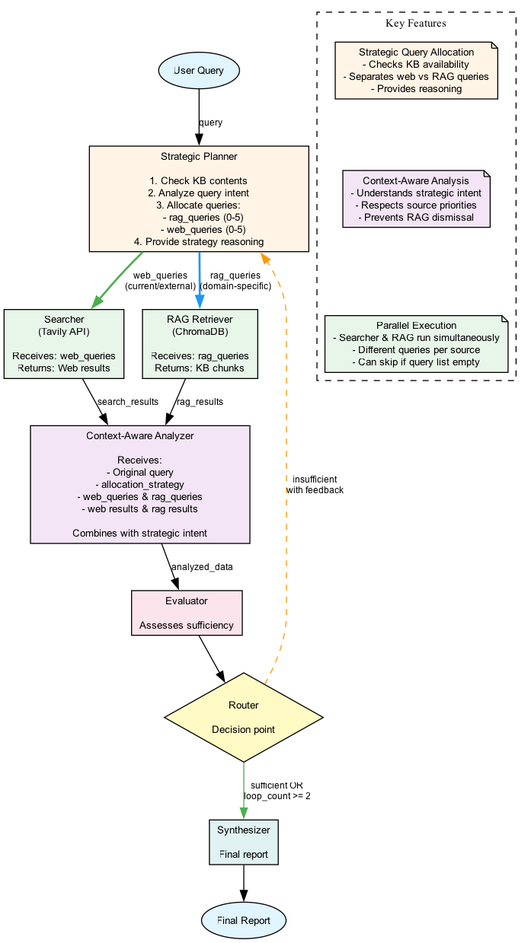
The Graphviz diagram docs/agent_graph.png in yuzuponikemi/test-smith, before a commit. Its source is kept beside it as docs/agent_graph.dot. Its diagram source:
```dot
digraph agent_graph {
    rankdir=TB;
    node [shape=box, style=rounded, fontname="Arial", fontsize=10];
    edge [fontname="Arial", fontsize=9];

    user [label="User Query", shape=ellipse, fillcolor="#e1f5ff", style=filled];
    planner [label="Strategic Planner\n\n1. Check KB contents\n2. Analyze query intent\n3. Allocate queries:\n   - rag_queries (0-5)\n   - web_queries (0-5)\n4. Provide strategy reasoning", fillcolor="#fff4e6", style=filled, width=3];
    searcher [label="Searcher\n(Tavily API)\n\nReceives: web_queries\nReturns: Web results", fillcolor="#e8f5e9", style=filled];
    rag [label="RAG Retriever\n(ChromaDB)\n\nReceives: rag_queries\nReturns: KB chunks", fillcolor="#e8f5e9", style=filled];
    analyzer [label="Context-Aware Analyzer\n\nReceives:\n- Original query\n- allocation_strategy\n- web_queries & rag_queries\n- web results & rag results\n\nCombines with strategic intent", fillcolor="#f3e5f5", style=filled, width=3];
    evaluator [label="Evaluator\n\nAssesses sufficiency", fillcolor="#fce4ec", style=filled];
    router [label="Router\n\nDecision point", shape=diamond, fillcolor="#fff9c4", style=filled];
    synthesizer [label="Synthesizer\n\nFinal report", fillcolor="#e0f2f1", style=filled];
    output [label="Final Report", shape=ellipse, fillcolor="#e1f5ff", style=filled];

    user -> planner [label="query"];

    planner -> searcher [label="web_queries\n(current/external)", color="#4CAF50", penwidth=2];
    planner -> rag [label="rag_queries\n(domain-specific)", color="#2196F3", penwidth=2];

    searcher -> analyzer [label="search_results"];
    rag -> analyzer [label="rag_results"];

    analyzer -> evaluator [label="analyzed_data"];
    evaluator -> router;

    router -> synthesizer [label="sufficient OR\nloop_count >= 2", color="#4CAF50"];
    router -> planner [label="insufficient\nwith feedback", color="#FF9800", style=dashed];

    synthesizer -> output;

    subgraph cluster_legend {
        label="Key Features";
        fontsize=11;
        style=dashed;

        leg1 [label="Strategic Query Allocation\n- Checks KB availability\n- Separates web vs RAG queries\n- Provides reasoning", shape=note, fillcolor="#fff4e6", style=filled];
        leg2 [label="Context-Aware Analysis\n- Understands strategic intent\n- Respects source priorities\n- Prevents RAG dismissal", shape=note, fillcolor="#f3e5f5", style=filled];
        leg3 [label="Parallel Execution\n- Searcher & RAG run simultaneously\n- Different queries per source\n- Can skip if query list empty", shape=note, fillcolor="#e8f5e9", style=filled];

        leg1 -> leg2 -> leg3 [style=invis];
    }

    {rank=same; searcher; rag}
}
```
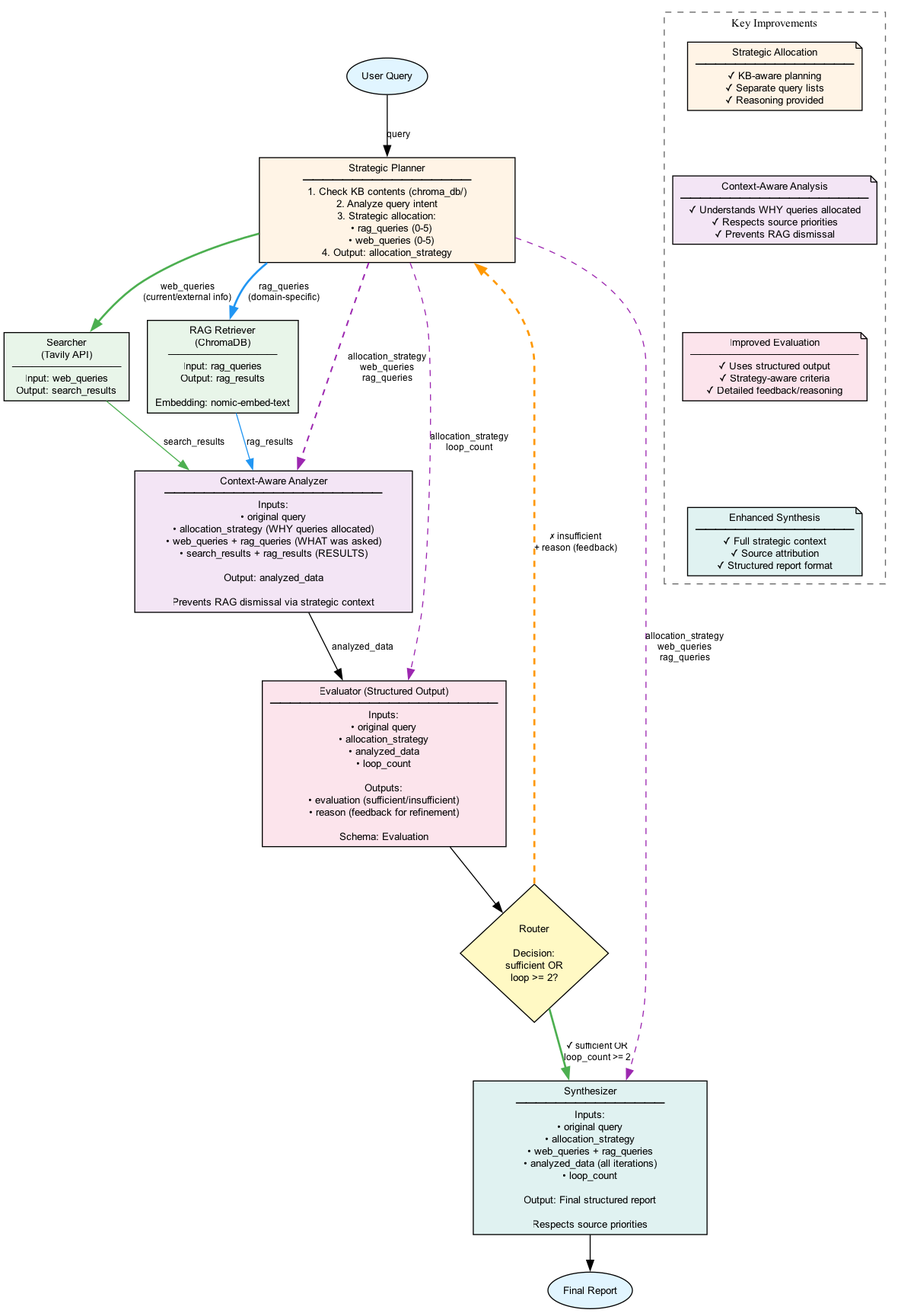
Above is the later version.

Commit message:
Enhance agent graph documentation with improved node descriptions and context-aware analysis flow

Diff of the diagram source:
```diff
@@ -4,41 +4,59 @@
     edge [fontname="Arial", fontsize=9];
 
     user [label="User Query", shape=ellipse, fillcolor="#e1f5ff", style=filled];
-    planner [label="Strategic Planner\n\n1. Check KB contents\n2. Analyze query intent\n3. Allocate queries:\n   - rag_queries (0-5)\n   - web_queries (0-5)\n4. Provide strategy reasoning", fillcolor="#fff4e6", style=filled, width=3];
-    searcher [label="Searcher\n(Tavily API)\n\nReceives: web_queries\nReturns: Web results", fillcolor="#e8f5e9", style=filled];
-    rag [label="RAG Retriever\n(ChromaDB)\n\nReceives: rag_queries\nReturns: KB chunks", fillcolor="#e8f5e9", style=filled];
-    analyzer [label="Context-Aware Analyzer\n\nReceives:\n- Original query\n- allocation_strategy\n- web_queries & rag_queries\n- web results & rag results\n\nCombines with strategic intent", fillcolor="#f3e5f5", style=filled, width=3];
-    evaluator [label="Evaluator\n\nAssesses sufficiency", fillcolor="#fce4ec", style=filled];
-    router [label="Router\n\nDecision point", shape=diamond, fillcolor="#fff9c4", style=filled];
-    synthesizer [label="Synthesizer\n\nFinal report", fillcolor="#e0f2f1", style=filled];
+
+    planner [label="Strategic Planner\n━━━━━━━━━━━━━━━━━\n1. Check KB contents (chroma_db/)\n2. Analyze query intent\n3. Strategic allocation:\n   • rag_queries (0-5)\n   • web_queries (0-5)\n4. Output: allocation_strategy", fillcolor="#fff4e6", style=filled, width=3.5];
+
+    searcher [label="Searcher\n(Tavily API)\n━━━━━━━━━━━\nInput: web_queries\nOutput: search_results", fillcolor="#e8f5e9", style=filled];
+
+    rag [label="RAG Retriever\n(ChromaDB)\n━━━━━━━━━━━\nInput: rag_queries\nOutput: rag_results\n\nEmbedding: nomic-embed-text", fillcolor="#e8f5e9", style=filled];
+
+    analyzer [label="Context-Aware Analyzer\n━━━━━━━━━━━━━━━━━━━━━━\nInputs:\n• original query\n• allocation_strategy (WHY queries allocated)\n• web_queries + rag_queries (WHAT was asked)\n• search_results + rag_results (RESULTS)\n\nOutput: analyzed_data\n\nPrevents RAG dismissal via strategic context", fillcolor="#f3e5f5", style=filled, width=3.8];
+
+    evaluator [label="Evaluator (Structured Output)\n━━━━━━━━━━━━━━━━━━━━━━━\nInputs:\n• original query\n• allocation_strategy\n• analyzed_data\n• loop_count\n\nOutputs:\n• evaluation (sufficient/insufficient)\n• reason (feedback for refinement)\n\nSchema: Evaluation", fillcolor="#fce4ec", style=filled, width=3.2];
+
+    router [label="Router\n\nDecision:\nsufficient OR\nloop >= 2?", shape=diamond, fillcolor="#fff9c4", style=filled];
+
+    synthesizer [label="Synthesizer\n━━━━━━━━━━━━━━━\nInputs:\n• original query\n• allocation_strategy\n• web_queries + rag_queries\n• analyzed_data (all iterations)\n• loop_count\n\nOutput: Final structured report\n\nRespects source priorities", fillcolor="#e0f2f1", style=filled, width=3.2];
+
     output [label="Final Report", shape=ellipse, fillcolor="#e1f5ff", style=filled];
 
     user -> planner [label="query"];
 
-    planner -> searcher [label="web_queries\n(current/external)", color="#4CAF50", penwidth=2];
+    planner -> searcher [label="web_queries\n(current/external info)", color="#4CAF50", penwidth=2];
     planner -> rag [label="rag_queries\n(domain-specific)", color="#2196F3", penwidth=2];
 
-    searcher -> analyzer [label="search_results"];
-    rag -> analyzer [label="rag_results"];
+    planner -> analyzer [label="allocation_strategy\nweb_queries\nrag_queries", color="#9C27B0", style=dashed, penwidth=1.5];
+    searcher -> analyzer [label="search_results", color="#4CAF50"];
+    rag -> analyzer [label="rag_results", color="#2196F3"];
 
     analyzer -> evaluator [label="analyzed_data"];
+    planner -> evaluator [label="allocation_strategy\nloop_count", color="#9C27B0", style=dashed];
+
     evaluator -> router;
 
-    router -> synthesizer [label="sufficient OR\nloop_count >= 2", color="#4CAF50"];
-    router -> planner [label="insufficient\nwith feedback", color="#FF9800", style=dashed];
+    router -> synthesizer [label="✓ sufficient OR\nloop_count >= 2", color="#4CAF50", penwidth=2];
+    router -> planner [label="✗ insufficient\n+ reason (feedback)", color="#FF9800", style=dashed, penwidth=2];
+
+    planner -> synthesizer [label="allocation_strategy\nweb_queries\nrag_queries", color="#9C27B0", style=dashed];
 
     synthesizer -> output;
 
     subgraph cluster_legend {
-        label="Key Features";
+        label="Key Improvements";
         fontsize=11;
         style=dashed;
+        color="#666666";
 
-        leg1 [label="Strategic Query Allocation\n- Checks KB availability\n- Separates web vs RAG queries\n- Provides reasoning", shape=note, fillcolor="#fff4e6", style=filled];
-        leg2 [label="Context-Aware Analysis\n- Understands strategic intent\n- Respects source priorities\n- Prevents RAG dismissal", shape=note, fillcolor="#f3e5f5", style=filled];
-        leg3 [label="Parallel Execution\n- Searcher & RAG run simultaneously\n- Different queries per source\n- Can skip if query list empty", shape=note, fillcolor="#e8f5e9", style=filled];
+        leg1 [label="Strategic Allocation\n━━━━━━━━━━━━━━━━\n✓ KB-aware planning\n✓ Separate query lists\n✓ Reasoning provided", shape=note, fillcolor="#fff4e6", style=filled];
 
-        leg1 -> leg2 -> leg3 [style=invis];
+        leg2 [label="Context-Aware Analysis\n━━━━━━━━━━━━━━━━━━━\n✓ Understands WHY queries allocated\n✓ Respects source priorities\n✓ Prevents RAG dismissal", shape=note, fillcolor="#f3e5f5", style=filled];
+
+        leg3 [label="Improved Evaluation\n━━━━━━━━━━━━━━━━━\n✓ Uses structured output\n✓ Strategy-aware criteria\n✓ Detailed feedback/reasoning", shape=note, fillcolor="#fce4ec", style=filled];
+
+        leg4 [label="Enhanced Synthesis\n━━━━━━━━━━━━━━━━\n✓ Full strategic context\n✓ Source attribution\n✓ Structured report format", shape=note, fillcolor="#e0f2f1", style=filled];
+
+        leg1 -> leg2 -> leg3 -> leg4 [style=invis];
     }
 
     {rank=same; searcher; rag}
```
